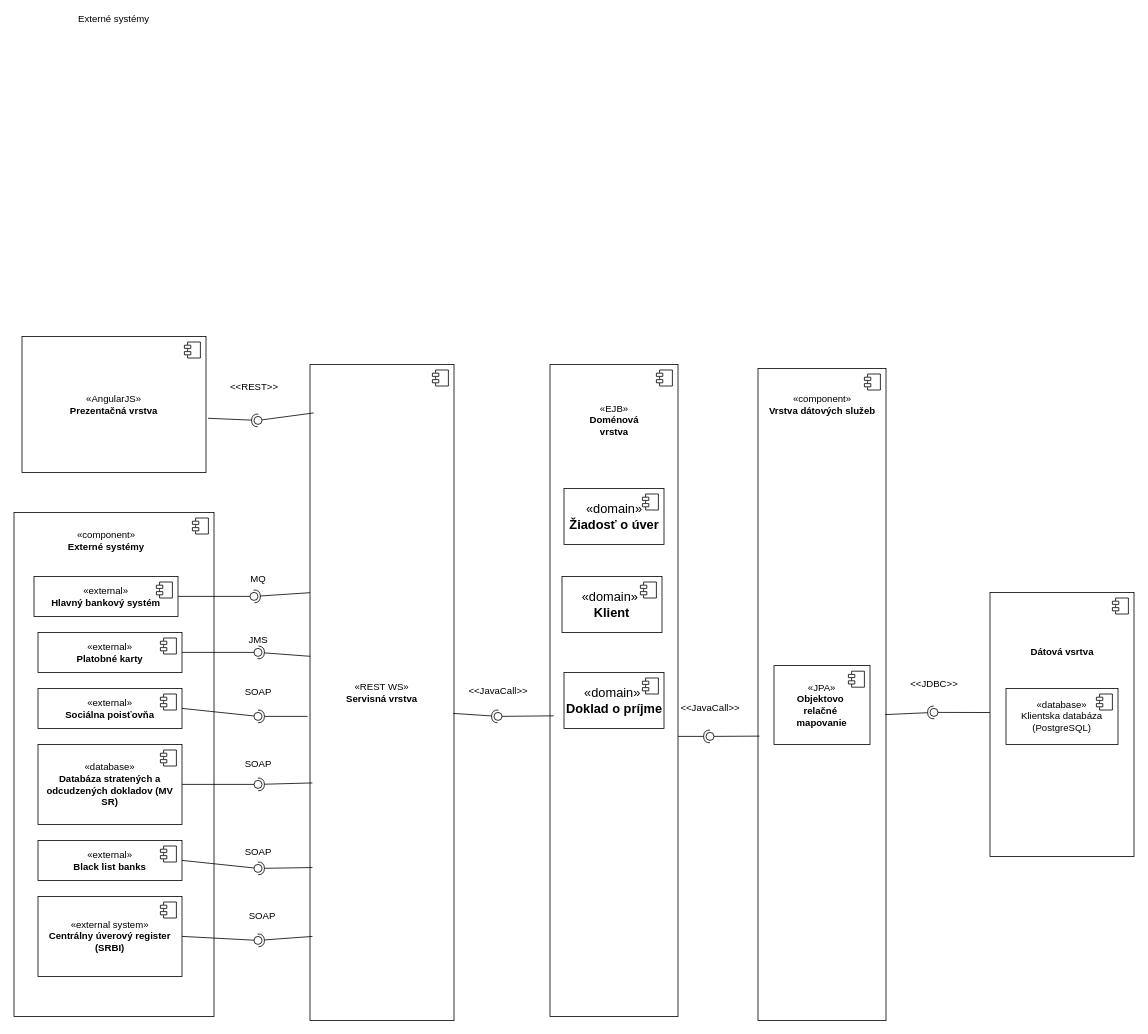
This is komponentov.drawio from matuskova/vyvoj_velkych_softverovych_aplikacii, a draw.io file, before an edit. Source tidied: cells renumbered, new cells numbered last; positions are measured from the earlier drawing's top-left corner, leaving out a move shared by most shapes. Both pictures are drawn from the tidied source at 80%, with x=0, y=0 at pixel (14, 336).
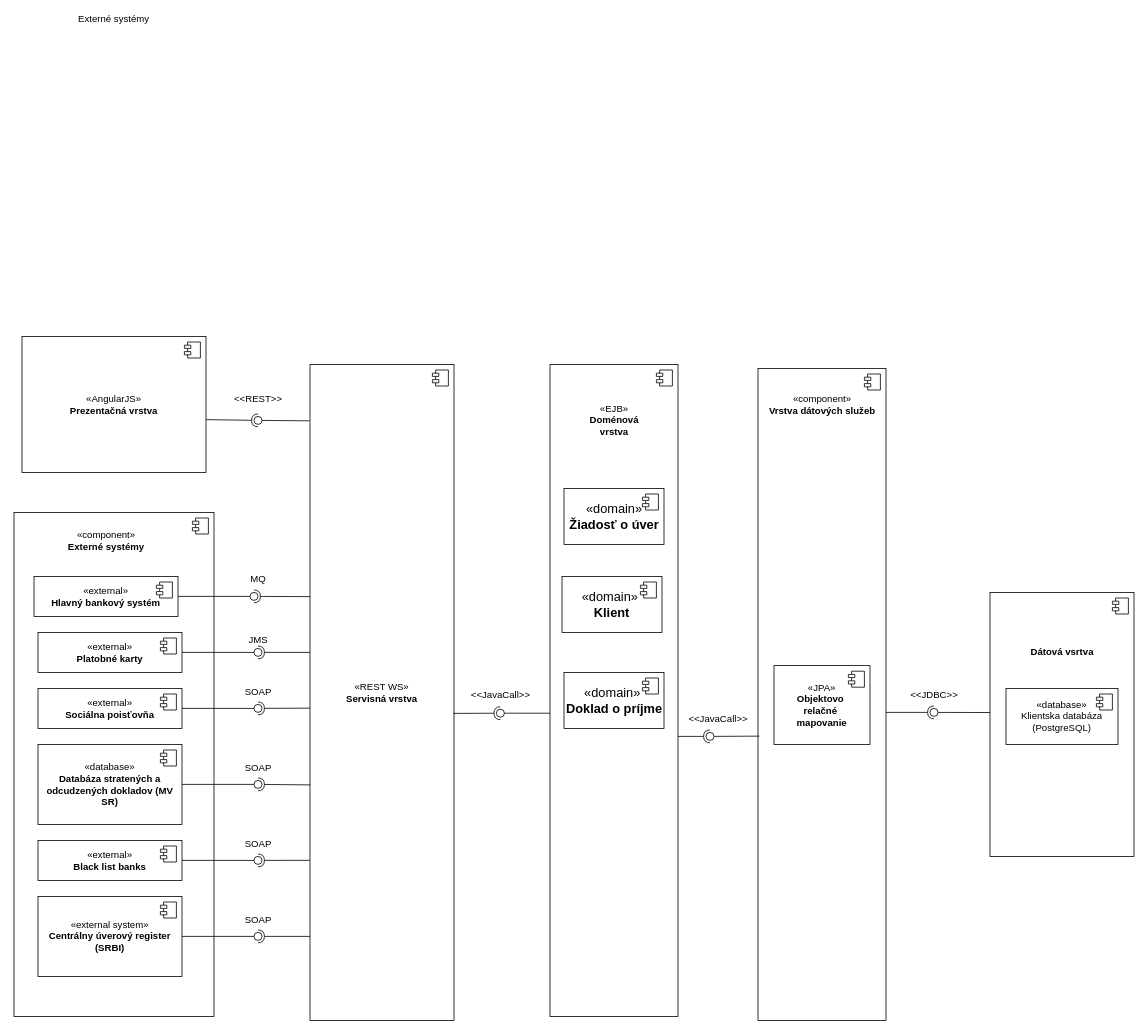
Above is the later version.

The change refers to these unchanged cells:
```xml
<mxCell id="22" value="«AngularJS»&lt;br&gt;&lt;b&gt;Prezentačná vrstva&lt;/b&gt;" style="html=1;whiteSpace=wrap;" parent="1" vertex="1">
  <mxGeometry x="10" width="230" height="170" as="geometry" />
</mxCell>
<mxCell id="24" value="«REST WS»&lt;br&gt;&lt;b&gt;Servisná vrstva&lt;/b&gt;" style="html=1;whiteSpace=wrap;" parent="1" vertex="1">
  <mxGeometry x="370" y="35" width="180" height="820" as="geometry" />
</mxCell>
<mxCell id="28" style="ellipse;whiteSpace=wrap;html=1;align=center;fillColor=none;strokeColor=none;perimeter=centerPerimeter;points=[];outlineConnect=1;" parent="1" vertex="1">
  <mxGeometry x="300" y="100" width="10" height="10" as="geometry" />
</mxCell>
<mxCell id="32" style="ellipse;whiteSpace=wrap;html=1;align=center;fillColor=none;strokeColor=none;perimeter=centerPerimeter;points=[];outlineConnect=1;" parent="1" vertex="1">
  <mxGeometry x="295" y="320" width="10" height="10" as="geometry" />
</mxCell>
<mxCell id="36" style="ellipse;whiteSpace=wrap;html=1;align=center;fillColor=none;strokeColor=none;perimeter=centerPerimeter;points=[];outlineConnect=1;" parent="1" vertex="1">
  <mxGeometry x="300" y="390" width="10" height="10" as="geometry" />
</mxCell>
<mxCell id="44" style="ellipse;whiteSpace=wrap;html=1;align=center;fillColor=none;strokeColor=none;perimeter=centerPerimeter;points=[];outlineConnect=1;" parent="1" vertex="1">
  <mxGeometry x="300" y="555" width="10" height="10" as="geometry" />
</mxCell>
<mxCell id="54" style="html=1;whiteSpace=wrap;labelPosition=center;verticalLabelPosition=middle;align=center;verticalAlign=middle;" parent="1" vertex="1">
  <mxGeometry x="670" y="35" width="160" height="815" as="geometry" />
</mxCell>
<mxCell id="60" style="html=1;whiteSpace=wrap;" parent="1" vertex="1">
  <mxGeometry x="930" y="40" width="160" height="815" as="geometry" />
</mxCell>
```

The edit, as a diff of the source:
```diff
@@
-    <mxCell id="26" style="rounded=0;jettySize=auto;html=1;endArrow=halfCircle;endFill=0;endSize=6;strokeWidth=1;sketch=0;exitX=1.011;exitY=0.602;exitDx=0;exitDy=0;exitPerimeter=0;" parent="1" edge="1" source="22" target="28">
+    <mxCell id="26" style="rounded=0;jettySize=auto;html=1;endArrow=halfCircle;endFill=0;endSize=6;strokeWidth=1;sketch=0;exitX=1.001;exitY=0.612;exitDx=0;exitDy=0;exitPerimeter=0;" parent="1" edge="1" source="22" target="28">
       <mxGeometry relative="1" as="geometry" />
     </mxCell>
-    <mxCell id="27" style="rounded=0;jettySize=auto;html=1;endArrow=oval;endFill=0;sketch=0;sourcePerimeterSpacing=0;targetPerimeterSpacing=0;endSize=10;exitX=0.025;exitY=0.074;exitDx=0;exitDy=0;exitPerimeter=0;" parent="1" edge="1" source="24" target="28">
+    <mxCell id="27" style="rounded=0;jettySize=auto;html=1;endArrow=oval;endFill=0;sketch=0;sourcePerimeterSpacing=0;targetPerimeterSpacing=0;endSize=10;exitX=-0.003;exitY=0.086;exitDx=0;exitDy=0;exitPerimeter=0;" parent="1" edge="1" source="24" target="28">
       <mxGeometry relative="1" as="geometry" />
     </mxCell>
@@
     <mxCell id="29" value="&amp;lt;&amp;lt;REST&amp;gt;&amp;gt;&lt;div&gt;&lt;br&gt;&lt;/div&gt;" style="text;html=1;align=center;verticalAlign=middle;strokeColor=none;fillColor=none;" parent="1" vertex="1">
-      <mxGeometry x="260" y="50" width="80" height="40" as="geometry" />
+      <mxGeometry x="265" y="65" width="80" height="40" as="geometry" />
     </mxCell>
-    <mxCell id="30" style="rounded=0;jettySize=auto;html=1;endArrow=halfCircle;endFill=0;endSize=6;strokeWidth=1;sketch=0;exitX=0;exitY=0.348;exitDx=0;exitDy=0;exitPerimeter=0;" parent="1" edge="1" source="24" target="32">
+    <mxCell id="30" style="rounded=0;jettySize=auto;html=1;endArrow=halfCircle;endFill=0;endSize=6;strokeWidth=1;sketch=0;exitX=0.003;exitY=0.354;exitDx=0;exitDy=0;exitPerimeter=0;" parent="1" edge="1" source="24" target="32">
       <mxGeometry relative="1" as="geometry" />
     </mxCell>
@@
-    <mxCell id="34" style="rounded=0;jettySize=auto;html=1;endArrow=halfCircle;endFill=0;endSize=6;strokeWidth=1;sketch=0;exitX=0.002;exitY=0.445;exitDx=0;exitDy=0;exitPerimeter=0;" parent="1" edge="1" source="24" target="36">
+    <mxCell id="34" style="rounded=0;jettySize=auto;html=1;endArrow=halfCircle;endFill=0;endSize=6;strokeWidth=1;sketch=0;exitX=0;exitY=0.439;exitDx=0;exitDy=0;exitPerimeter=0;" parent="1" edge="1" source="24" target="36">
       <mxGeometry relative="1" as="geometry" />
     </mxCell>
@@
-    <mxCell id="38" style="rounded=0;jettySize=auto;html=1;endArrow=halfCircle;endFill=0;endSize=6;strokeWidth=1;sketch=0;" parent="1" edge="1" target="40">
-      <mxGeometry relative="1" as="geometry">
-        <mxPoint x="367" y="475" as="sourcePoint" />
-      </mxGeometry>
+    <mxCell id="38" style="rounded=0;jettySize=auto;html=1;endArrow=halfCircle;endFill=0;endSize=6;strokeWidth=1;sketch=0;exitX=0.001;exitY=0.524;exitDx=0;exitDy=0;exitPerimeter=0;" parent="1" edge="1" source="24" target="40">
+      <mxGeometry relative="1" as="geometry" />
     </mxCell>
@@
     <mxCell id="40" style="ellipse;whiteSpace=wrap;html=1;align=center;fillColor=none;strokeColor=none;perimeter=centerPerimeter;points=[];outlineConnect=1;" parent="1" vertex="1">
-      <mxGeometry x="300" y="470" width="10" height="10" as="geometry" />
+      <mxGeometry x="300" y="460" width="10" height="10" as="geometry" />
     </mxCell>
@@
-    <mxCell id="42" style="rounded=0;jettySize=auto;html=1;endArrow=halfCircle;endFill=0;endSize=6;strokeWidth=1;sketch=0;exitX=0.017;exitY=0.638;exitDx=0;exitDy=0;exitPerimeter=0;" parent="1" edge="1" source="24" target="44">
+    <mxCell id="42" style="rounded=0;jettySize=auto;html=1;endArrow=halfCircle;endFill=0;endSize=6;strokeWidth=1;sketch=0;exitX=0.003;exitY=0.641;exitDx=0;exitDy=0;exitPerimeter=0;" parent="1" edge="1" source="24" target="44">
       <mxGeometry relative="1" as="geometry" />
     </mxCell>
@@
     <mxCell id="45" value="&lt;div&gt;SOAP&lt;/div&gt;" style="text;html=1;align=center;verticalAlign=middle;strokeColor=none;fillColor=none;" parent="1" vertex="1">
-      <mxGeometry x="275" y="520" width="60" height="30" as="geometry" />
+      <mxGeometry x="275" y="525" width="60" height="30" as="geometry" />
     </mxCell>
-    <mxCell id="46" style="rounded=0;jettySize=auto;html=1;endArrow=halfCircle;endFill=0;endSize=6;strokeWidth=1;sketch=0;exitX=0.017;exitY=0.767;exitDx=0;exitDy=0;exitPerimeter=0;" parent="1" edge="1" source="24" target="48">
+    <mxCell id="46" style="rounded=0;jettySize=auto;html=1;endArrow=halfCircle;endFill=0;endSize=6;strokeWidth=1;sketch=0;exitX=-0.002;exitY=0.756;exitDx=0;exitDy=0;exitPerimeter=0;" parent="1" edge="1" source="24" target="48">
       <mxGeometry relative="1" as="geometry" />
     </mxCell>
@@
     <mxCell id="48" style="ellipse;whiteSpace=wrap;html=1;align=center;fillColor=none;strokeColor=none;perimeter=centerPerimeter;points=[];outlineConnect=1;" parent="1" vertex="1">
-      <mxGeometry x="300" y="660" width="10" height="10" as="geometry" />
+      <mxGeometry x="300" y="650" width="10" height="10" as="geometry" />
     </mxCell>
-    <mxCell id="49" style="rounded=0;jettySize=auto;html=1;endArrow=halfCircle;endFill=0;endSize=6;strokeWidth=1;sketch=0;exitX=0.017;exitY=0.872;exitDx=0;exitDy=0;exitPerimeter=0;" parent="1" edge="1" source="24" target="51">
-      <mxGeometry relative="1" as="geometry" />
+    <mxCell id="49" style="rounded=0;jettySize=auto;html=1;endArrow=halfCircle;endFill=0;endSize=6;strokeWidth=1;sketch=0;" parent="1" edge="1" target="51">
+      <mxGeometry relative="1" as="geometry">
+        <mxPoint x="370" y="750" as="sourcePoint" />
+      </mxGeometry>
     </mxCell>
@@
     <mxCell id="51" style="ellipse;whiteSpace=wrap;html=1;align=center;fillColor=none;strokeColor=none;perimeter=centerPerimeter;points=[];outlineConnect=1;" parent="1" vertex="1">
-      <mxGeometry x="300" y="750" width="10" height="10" as="geometry" />
+      <mxGeometry x="300" y="745" width="10" height="10" as="geometry" />
     </mxCell>
     <mxCell id="52" value="&lt;div&gt;SOAP&lt;/div&gt;" style="text;html=1;align=center;verticalAlign=middle;strokeColor=none;fillColor=none;" parent="1" vertex="1">
-      <mxGeometry x="275" y="630" width="60" height="30" as="geometry" />
+      <mxGeometry x="275" y="620" width="60" height="30" as="geometry" />
     </mxCell>
     <mxCell id="53" value="&lt;div&gt;SOAP&lt;/div&gt;" style="text;html=1;align=center;verticalAlign=middle;strokeColor=none;fillColor=none;" parent="1" vertex="1">
-      <mxGeometry x="280" y="710" width="60" height="30" as="geometry" />
+      <mxGeometry x="275" y="715" width="60" height="30" as="geometry" />
     </mxCell>
@@
-    <mxCell id="56" style="rounded=0;jettySize=auto;html=1;endArrow=halfCircle;endFill=0;endSize=6;strokeWidth=1;sketch=0;exitX=0.994;exitY=0.532;exitDx=0;exitDy=0;exitPerimeter=0;" parent="1" edge="1" source="24" target="58">
+    <mxCell id="56" style="rounded=0;jettySize=auto;html=1;endArrow=halfCircle;endFill=0;endSize=6;strokeWidth=1;sketch=0;exitX=0.996;exitY=0.532;exitDx=0;exitDy=0;exitPerimeter=0;" parent="1" edge="1" source="24" target="58">
       <mxGeometry relative="1" as="geometry" />
     </mxCell>
-    <mxCell id="57" style="rounded=0;jettySize=auto;html=1;endArrow=oval;endFill=0;sketch=0;sourcePerimeterSpacing=0;targetPerimeterSpacing=0;endSize=10;exitX=0.029;exitY=0.539;exitDx=0;exitDy=0;exitPerimeter=0;" parent="1" edge="1" source="54" target="58">
+    <mxCell id="57" style="rounded=0;jettySize=auto;html=1;endArrow=oval;endFill=0;sketch=0;sourcePerimeterSpacing=0;targetPerimeterSpacing=0;endSize=10;exitX=0;exitY=0.535;exitDx=0;exitDy=0;exitPerimeter=0;" parent="1" edge="1" source="54" target="58">
       <mxGeometry relative="1" as="geometry" />
     </mxCell>
     <mxCell id="58" style="ellipse;whiteSpace=wrap;html=1;align=center;fillColor=none;strokeColor=none;perimeter=centerPerimeter;points=[];outlineConnect=1;" parent="1" vertex="1">
-      <mxGeometry x="600" y="470" width="10" height="10" as="geometry" />
+      <mxGeometry x="603" y="466" width="10" height="10" as="geometry" />
     </mxCell>
     <mxCell id="59" value="&amp;lt;&amp;lt;JavaCall&amp;gt;&amp;gt;" style="text;html=1;align=center;verticalAlign=middle;strokeColor=none;fillColor=none;" parent="1" vertex="1">
-      <mxGeometry x="555" y="427.5" width="100" height="30" as="geometry" />
+      <mxGeometry x="558" y="432.5" width="100" height="30" as="geometry" />
     </mxCell>
@@
     <mxCell id="67" value="&amp;lt;&amp;lt;JavaCall&amp;gt;&amp;gt;" style="text;html=1;align=center;verticalAlign=middle;strokeColor=none;fillColor=none;" parent="1" vertex="1">
-      <mxGeometry x="820" y="450" width="100" height="30" as="geometry" />
+      <mxGeometry x="830" y="462.5" width="100" height="30" as="geometry" />
     </mxCell>
-    <mxCell id="68" style="rounded=0;jettySize=auto;html=1;endArrow=halfCircle;endFill=0;endSize=6;strokeWidth=1;sketch=0;exitX=0.993;exitY=0.531;exitDx=0;exitDy=0;exitPerimeter=0;" parent="1" edge="1" source="60">
+    <mxCell id="68" style="rounded=0;orthogonalLoop=1;jettySize=auto;html=1;endArrow=halfCircle;endFill=0;endSize=6;strokeWidth=1;sketch=0;" parent="1" edge="1">
       <mxGeometry relative="1" as="geometry">
+        <mxPoint x="1090" y="470" as="sourcePoint" />
         <mxPoint x="1150" y="470" as="targetPoint" />
       </mxGeometry>
     </mxCell>
@@
     <mxCell id="70" value="&amp;lt;&amp;lt;JDBC&amp;gt;&amp;gt;" style="text;html=1;align=center;verticalAlign=middle;strokeColor=none;fillColor=none;" parent="1" vertex="1">
-      <mxGeometry x="1110" y="420" width="80" height="30" as="geometry" />
+      <mxGeometry x="1110" y="432.5" width="80" height="30" as="geometry" />
     </mxCell>
```
